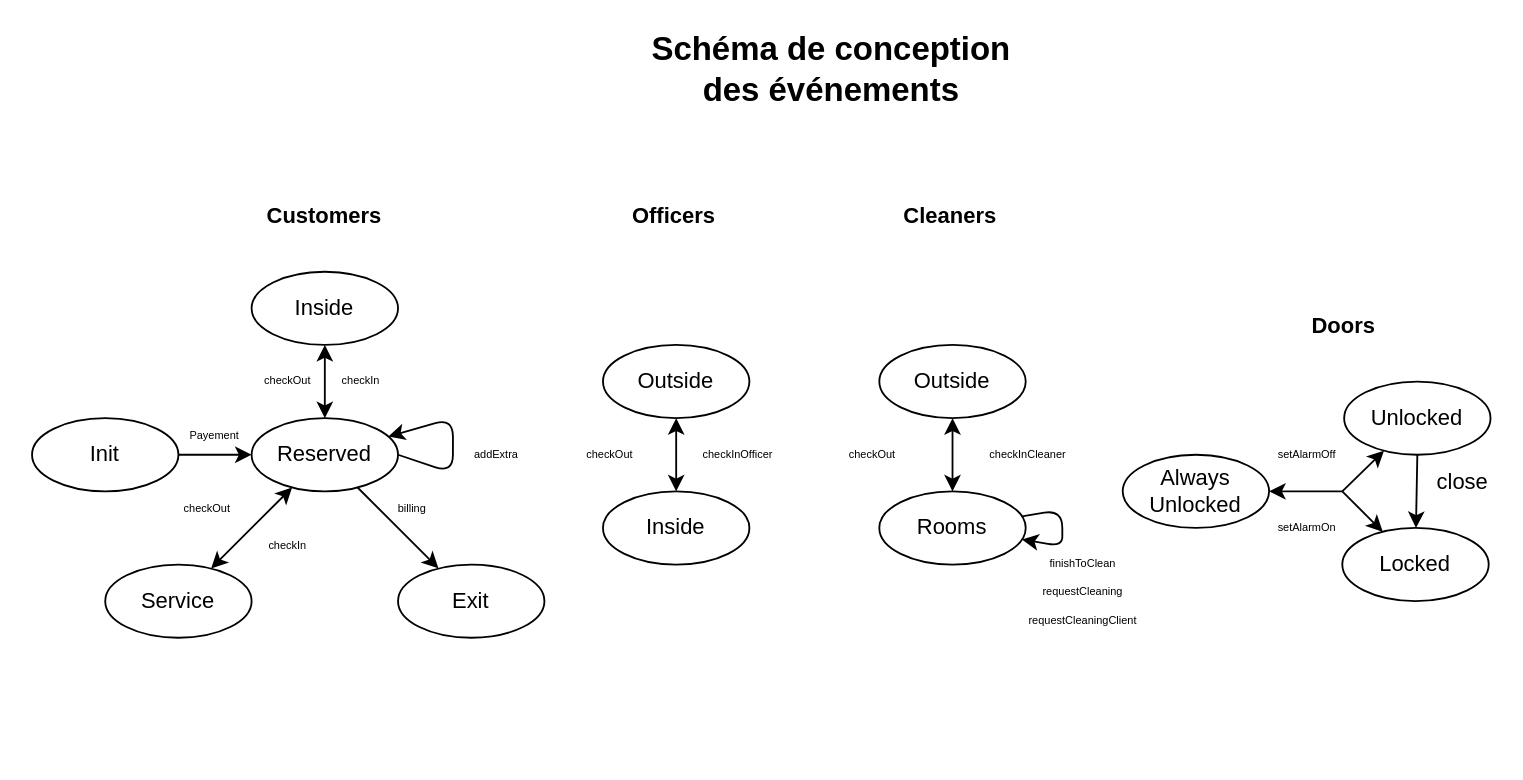
Above: doc/conception/events.drawio in Reynault/MOSOS-Subject-3 (draw.io), before the change. Source tidied: cells renumbered, new cells numbered last; positions are measured from the earlier drawing's top-left corner, leaving out a move shared by most shapes. Both pictures are drawn from the tidied source at 183%, with x=0, y=0 at pixel (31, 51).
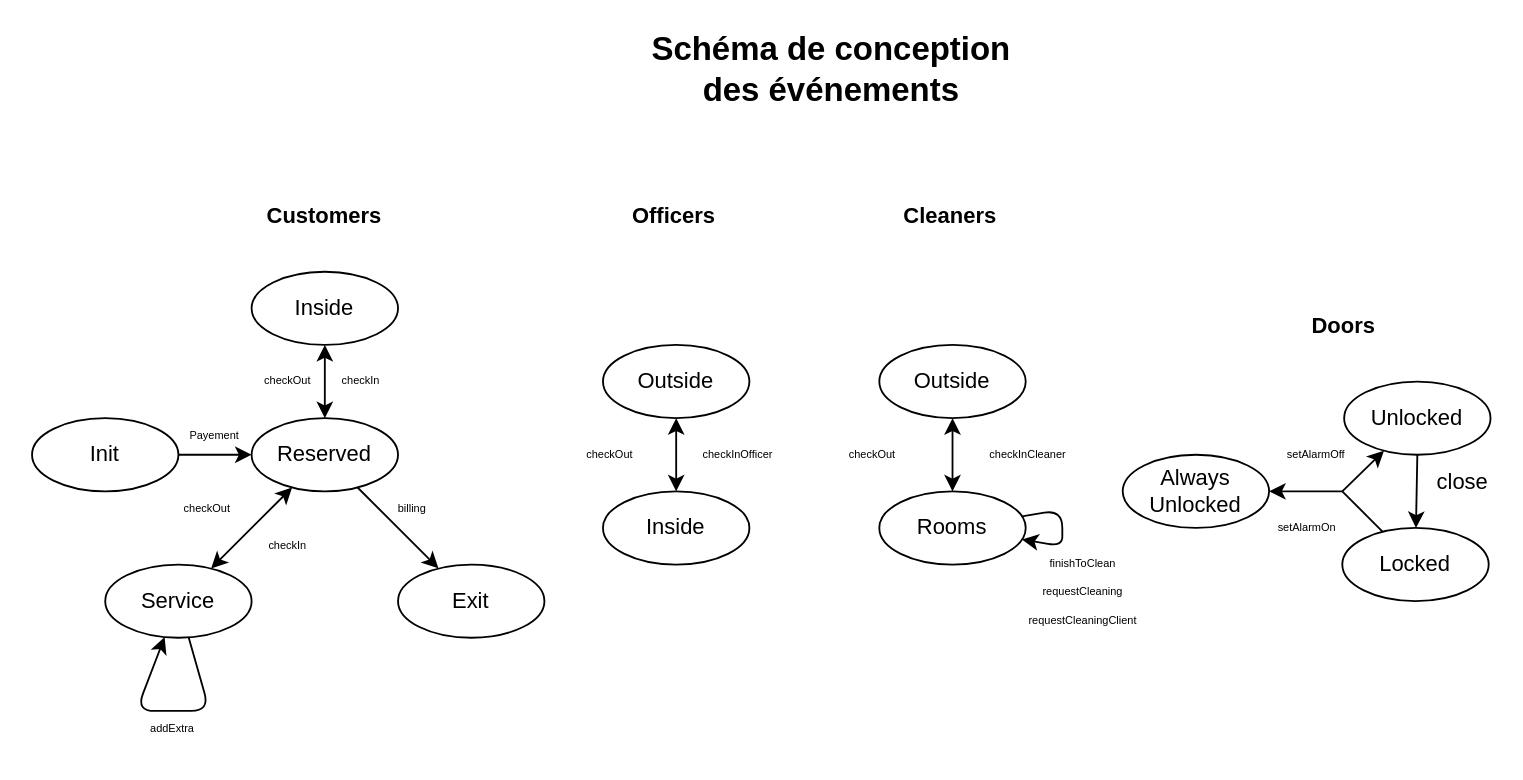
The same page after the edit.

Unchanged cells that the change refers to:
```xml
<mxCell id="4" value="Reserved" style="ellipse;whiteSpace=wrap;html=1;" parent="1" vertex="1">
  <mxGeometry x="120" y="200" width="80" height="40" as="geometry" />
</mxCell>
<mxCell id="11" value="Service" style="ellipse;whiteSpace=wrap;html=1;" parent="1" vertex="1">
  <mxGeometry x="40" y="280" width="80" height="40" as="geometry" />
</mxCell>
<mxCell id="36" value="Locked" style="ellipse;whiteSpace=wrap;html=1;" parent="1" vertex="1">
  <mxGeometry x="716" y="260" width="80" height="40" as="geometry" />
</mxCell>
```

Change to the diagram source:
```diff
@@
-    <mxCell id="18" style="endArrow=classic;html=1;fontSize=18;exitX=1;exitY=0.5;exitDx=0;exitDy=0;" parent="1" edge="1" source="4" target="4">
+    <mxCell id="18" style="endArrow=classic;html=1;fontSize=18;" parent="1" edge="1" source="11" target="11">
       <mxGeometry relative="1" as="geometry">
         <Array as="points">
-          <mxPoint x="230" y="230" />
-          <mxPoint x="230" y="200" />
+          <mxPoint x="97" y="360" />
+          <mxPoint x="57" y="360" />
         </Array>
       </mxGeometry>
     </mxCell>
     <mxCell id="19" value="addExtra" style="text;html=1;strokeColor=none;fillColor=none;align=center;verticalAlign=middle;whiteSpace=wrap;rounded=0;fontSize=6;" parent="1" vertex="1">
-      <mxGeometry x="234" y="210" width="40" height="20" as="geometry" />
+      <mxGeometry x="57" y="360" width="40" height="20" as="geometry" />
     </mxCell>
@@
     <mxCell id="33" value="&lt;font style=&quot;font-size: 6px&quot;&gt;setAlarmOff&lt;/font&gt;" style="text;html=1;strokeColor=none;fillColor=none;align=center;verticalAlign=middle;whiteSpace=wrap;rounded=0;fontSize=6;" parent="1" vertex="1">
-      <mxGeometry x="677" y="210" width="40" height="20" as="geometry" />
+      <mxGeometry x="682" y="210" width="40" height="20" as="geometry" />
     </mxCell>
@@
-    <mxCell id="43" style="endArrow=classic;html=1;" parent="1" edge="1" target="36">
+    <mxCell id="43" style="endArrow=none;html=1;endFill=0;" parent="1" edge="1" target="36">
       <mxGeometry relative="1" as="geometry">
         <mxPoint x="716" y="240" as="sourcePoint" />
       </mxGeometry>
     </mxCell>
```
